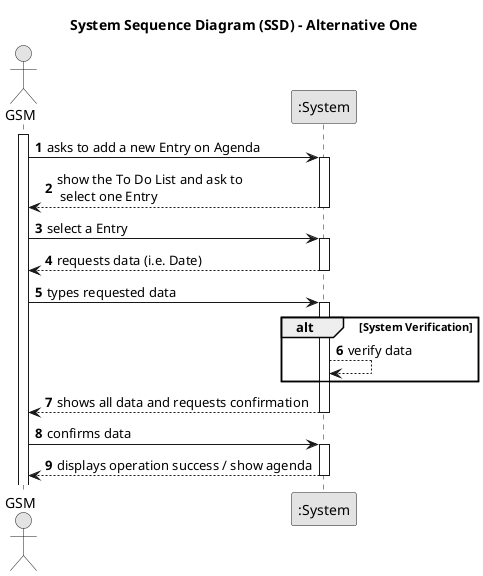
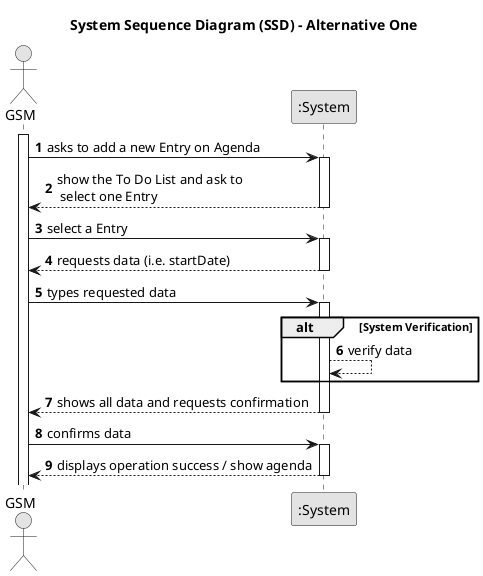
@startuml
skinparam monochrome true
skinparam packageStyle rectangle
skinparam shadowing false

title System Sequence Diagram (SSD) - Alternative One

autonumber

actor "GSM" as Manager
participant ":System" as System

activate Manager

    Manager -> System : asks to add a new Entry on Agenda
    activate System

    System --> Manager : show the To Do List and ask to \n select one Entry
    deactivate System

    Manager -> System : select a Entry
    activate System

-         System --> Manager : requests data (i.e. Date)
+         System --> Manager : requests data (i.e. startDate)
    deactivate System

   Manager  -> System : types requested data
    activate System

    alt System Verification
    System --> System  : verify data
    end

        System --> Manager  : shows all data and requests confirmation
    deactivate System

    Manager  -> System : confirms data
    activate System

        System --> Manager : displays operation success / show agenda
    deactivate System

@enduml